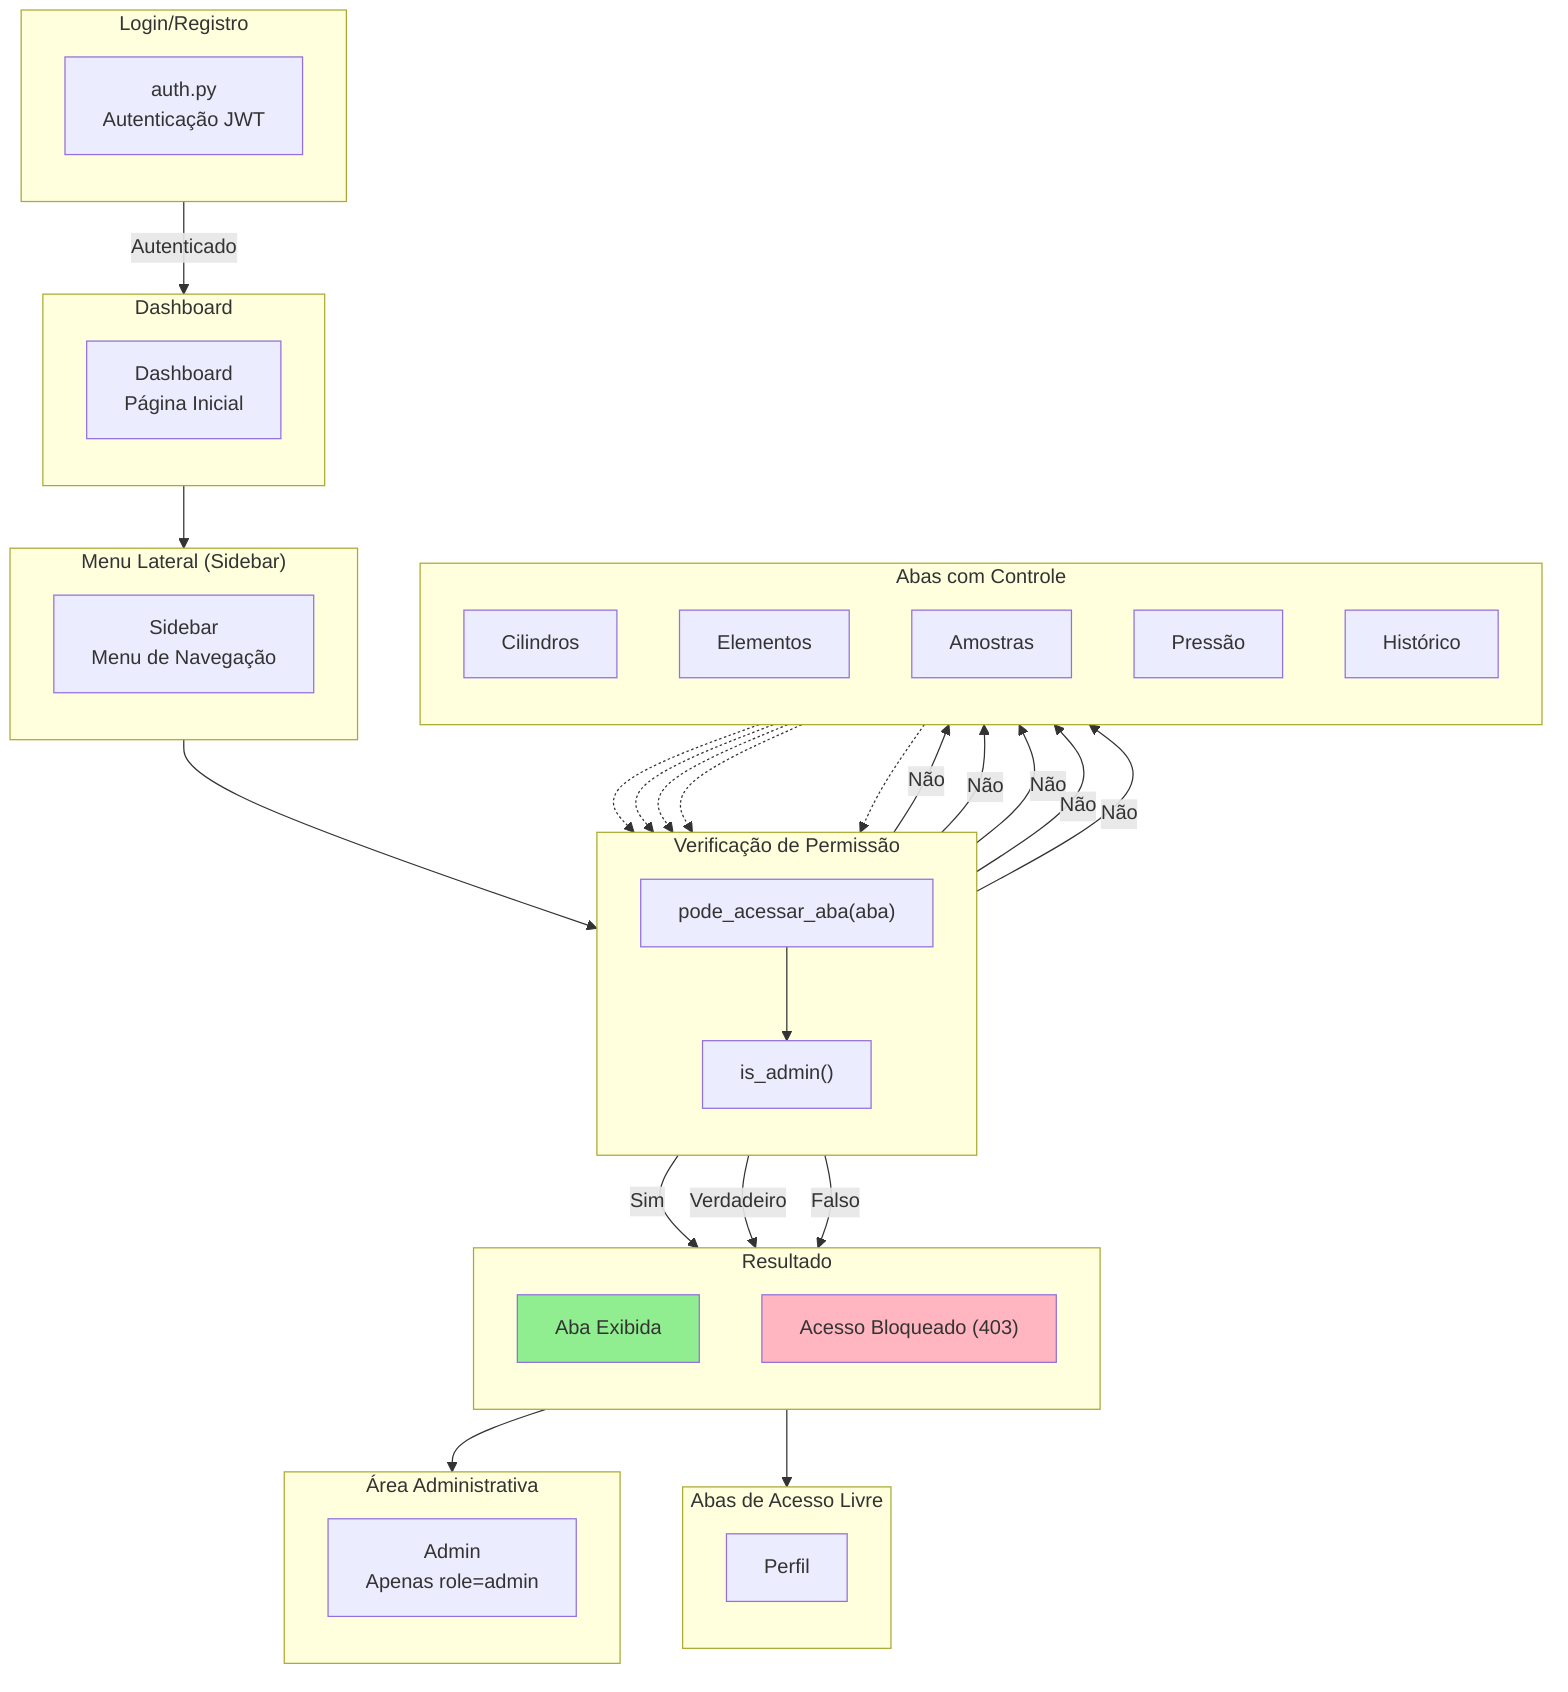
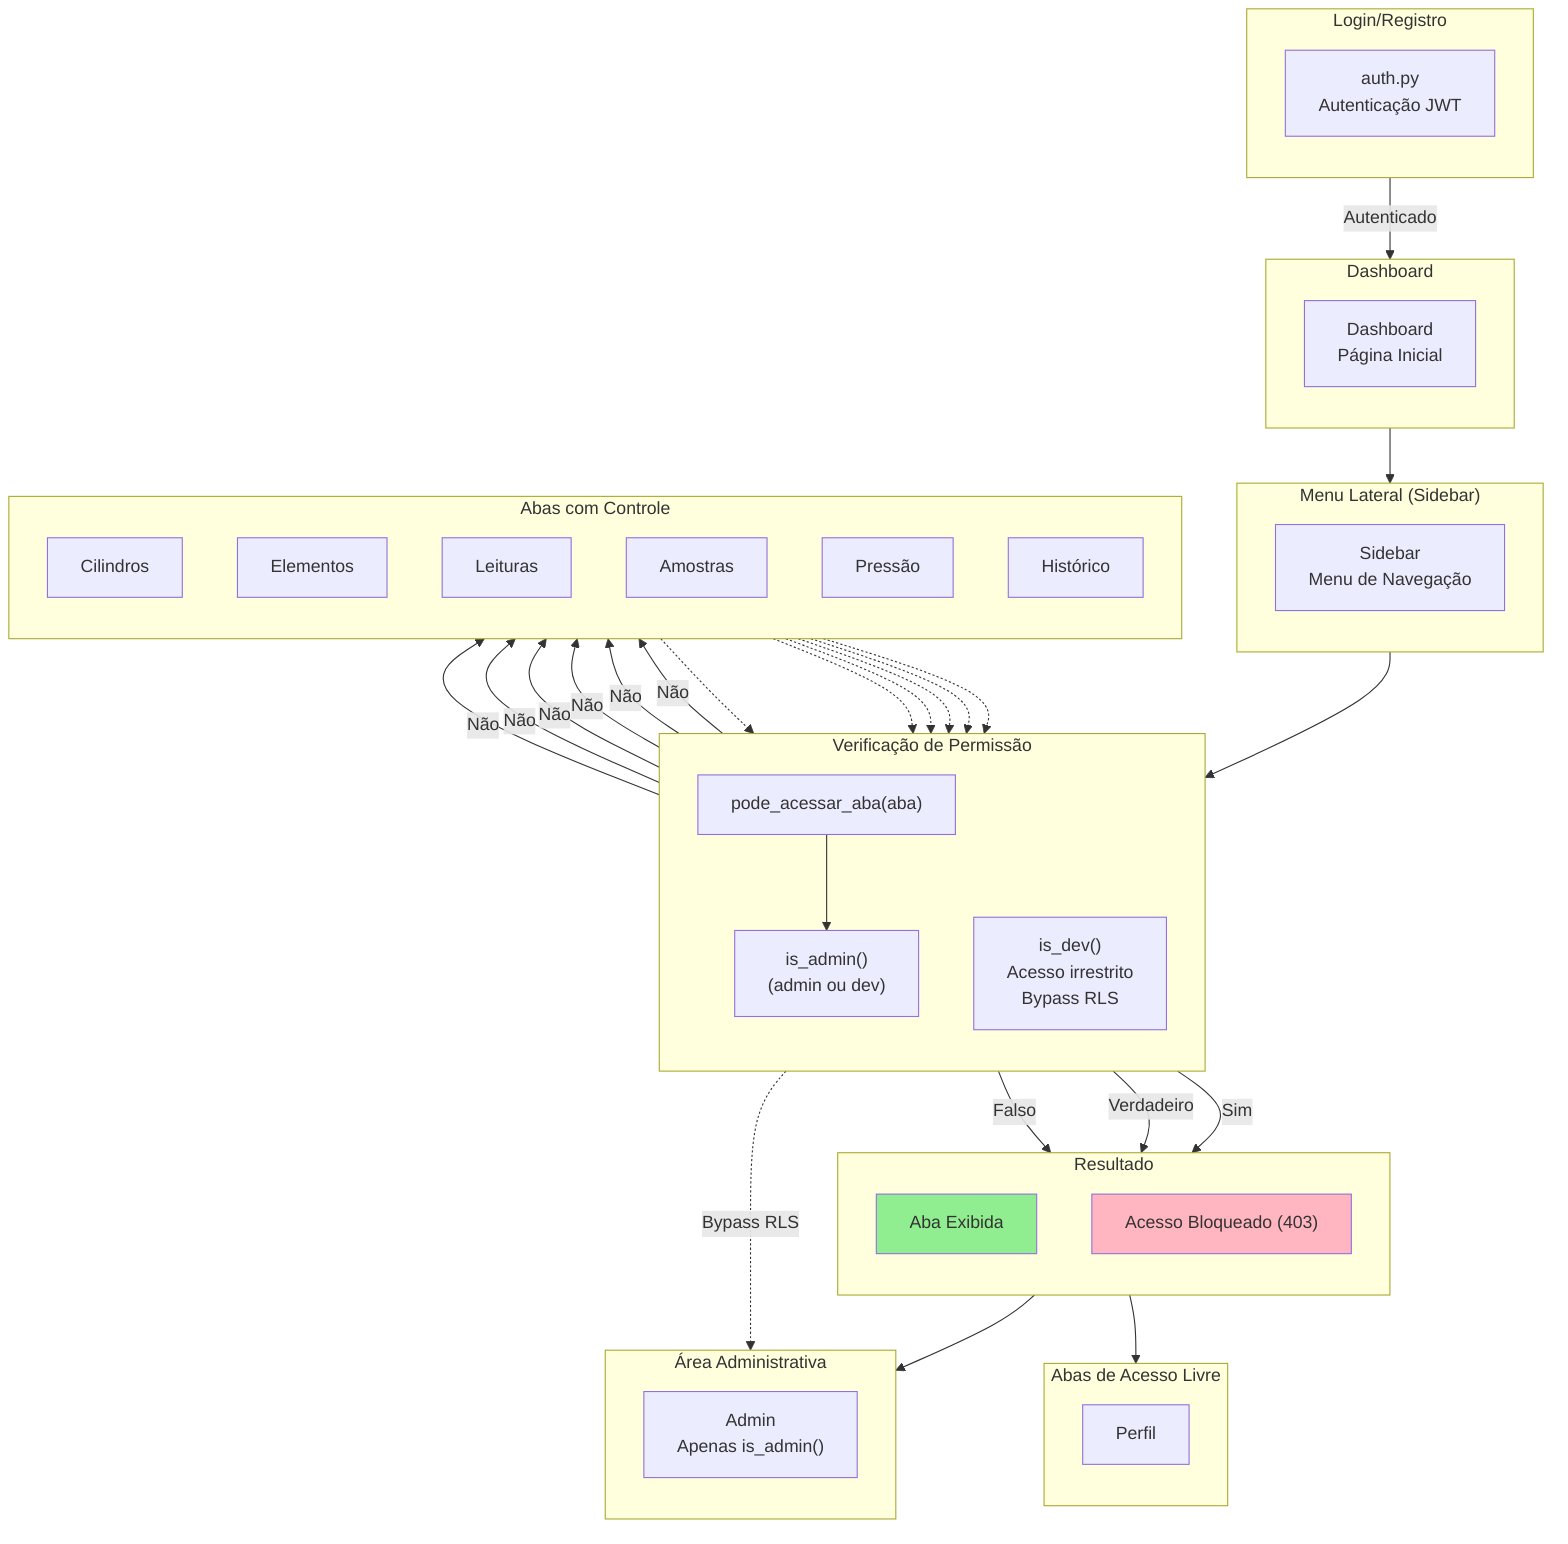
flowchart TB
    subgraph Login["Login/Registro"]
        direction TB
        Auth["auth.py<br/>Autenticação JWT"]
    end

    subgraph Dashboard["Dashboard"]
        direction TB
        Dash["Dashboard<br/>Página Inicial"]
    end

    subgraph Sidebar["Menu Lateral (Sidebar)"]
        direction TB
        Side["Sidebar<br/>Menu de Navegação"]
    end

    subgraph Permissao["Verificação de Permissão"]
        direction TB
        CheckAba["pode_acessar_aba(aba)"]
-         IsAdmin["is_admin()"]
+         IsAdmin["is_admin()<br/>(admin ou dev)"]
+         IsDev["is_dev()<br/>Acesso irrestrito<br/>Bypass RLS"]
    end

    subgraph AbasControladas["Abas com Controle"]
        direction TB
        Cil["Cilindros"]
        Elem["Elementos"]
+         Leit["Leituras"]
        Amost["Amostras"]
        Press["Pressão"]
        Hist["Histórico"]
    end

    subgraph AbasLivres["Abas de Acesso Livre"]
        direction TB
        Perf["Perfil"]
    end

    subgraph Admin["Área Administrativa"]
        direction TB
-         AdminPanel["Admin<br/>Apenas role=admin"]
+         AdminPanel["Admin<br/>Apenas is_admin()"]
    end

    subgraph Resultado["Resultado"]
        direction TB
        Show["Aba Exibida"]
        Block["Acesso Bloqueado (403)"]
    end

    Auth -->|Autenticado| Dashboard
    Dashboard --> Sidebar

    Sidebar --> CheckAba

    CheckAba --> IsAdmin

    IsAdmin -->|Sim| Show
    IsAdmin -->|Não| Cil
    IsAdmin -->|Não| Elem
+     IsAdmin -->|Não| Leit
    IsAdmin -->|Não| Amost
    IsAdmin -->|Não| Press
    IsAdmin -->|Não| Hist

    Cil -.-> CheckAba
    Elem -.-> CheckAba
+     Leit -.-> CheckAba
    Amost -.-> CheckAba
    Press -.-> CheckAba
    Hist -.-> CheckAba

    CheckAba -->|Verdadeiro| Show
    CheckAba -->|Falso| Block

    Show --> Perf
    Show --> AdminPanel

+     IsDev -.->|Bypass RLS| AdminPanel
+ 
    style Show fill:#90EE90
-     style Block fill:#FFB6C1+     style Block fill:#FFB6C1
